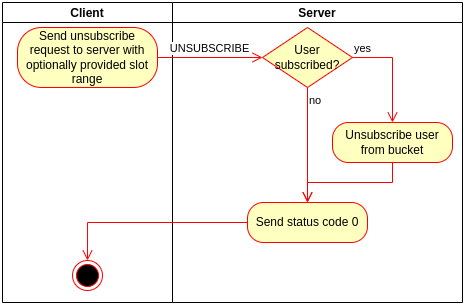
Earlier version of the draw.io export img/transport-unsubscribe.drawio.png (plabble/plabble.github.io). Source tidied: cells renumbered, new cells last; positions are measured from the earlier drawing's top-left corner, leaving out a move shared by most shapes. Its diagram source:
```xml
<mxGraphModel background="#ffffff">
  <root>
    <mxCell id="0" />
    <mxCell id="1" parent="0" />
    <mxCell id="2" value="Client" style="swimlane;startSize=20;" parent="1" vertex="1">
      <mxGeometry width="170" height="300" as="geometry" />
    </mxCell>
    <mxCell id="3" value="Send unsubscribe request to server with optionally provided slot range" style="rounded=1;whiteSpace=wrap;html=1;arcSize=40;fontColor=#000000;fillColor=#ffffc0;strokeColor=#ff0000;" parent="2" vertex="1">
      <mxGeometry x="15" y="25" width="140" height="60" as="geometry" />
    </mxCell>
    <mxCell id="4" style="ellipse;html=1;shape=endState;fillColor=#000000;strokeColor=#ff0000;" parent="2" vertex="1">
      <mxGeometry x="70" y="258" width="30" height="30" as="geometry" />
    </mxCell>
    <mxCell id="5" value="Server" style="swimlane;startSize=20;" parent="1" vertex="1">
      <mxGeometry x="170" width="290" height="300" as="geometry" />
    </mxCell>
    <mxCell id="6" value="User subscribed?" style="rhombus;whiteSpace=wrap;html=1;fillColor=#ffffc0;strokeColor=#ff0000;" parent="5" vertex="1">
      <mxGeometry x="90" y="25" width="90" height="60" as="geometry" />
    </mxCell>
    <mxCell id="7" value="yes" style="edgeStyle=orthogonalEdgeStyle;html=1;align=left;verticalAlign=bottom;endArrow=open;endSize=8;strokeColor=#ff0000;rounded=0;entryX=0.5;entryY=0;entryDx=0;entryDy=0;" parent="5" edge="1" source="6" target="9">
      <mxGeometry x="-1" relative="1" as="geometry">
        <Array as="points">
          <mxPoint x="220" y="55" />
        </Array>
      </mxGeometry>
    </mxCell>
    <mxCell id="8" value="no" style="edgeStyle=orthogonalEdgeStyle;html=1;align=left;verticalAlign=top;endArrow=open;endSize=8;strokeColor=#ff0000;rounded=0;entryX=0.5;entryY=0;entryDx=0;entryDy=0;" parent="5" edge="1" source="6" target="10">
      <mxGeometry x="-1" relative="1" as="geometry" />
    </mxCell>
    <mxCell id="9" value="Unsubscribe user from bucket" style="rounded=1;whiteSpace=wrap;html=1;arcSize=40;fontColor=#000000;fillColor=#ffffc0;strokeColor=#ff0000;" parent="5" vertex="1">
      <mxGeometry x="160" y="120" width="120" height="40" as="geometry" />
    </mxCell>
    <mxCell id="10" value="Send status code 0" style="rounded=1;whiteSpace=wrap;html=1;arcSize=40;fontColor=#000000;fillColor=#ffffc0;strokeColor=#ff0000;" parent="5" vertex="1">
      <mxGeometry x="75" y="200" width="120" height="40" as="geometry" />
    </mxCell>
    <mxCell id="11" style="edgeStyle=orthogonalEdgeStyle;html=1;verticalAlign=bottom;endArrow=open;endSize=8;strokeColor=#ff0000;rounded=0;exitX=0.5;exitY=1;exitDx=0;exitDy=0;entryX=0.5;entryY=0;entryDx=0;entryDy=0;" parent="5" edge="1" source="9" target="10">
      <mxGeometry relative="1" as="geometry" />
    </mxCell>
    <mxCell id="12" value="UNSUBSCRIBE" style="edgeStyle=orthogonalEdgeStyle;html=1;verticalAlign=bottom;endArrow=open;endSize=8;strokeColor=#ff0000;rounded=0;entryX=0;entryY=0.5;entryDx=0;entryDy=0;" parent="1" edge="1" source="3" target="6">
      <mxGeometry relative="1" as="geometry" />
    </mxCell>
    <mxCell id="13" style="edgeStyle=orthogonalEdgeStyle;html=1;verticalAlign=bottom;endArrow=open;endSize=8;strokeColor=#ff0000;rounded=0;entryX=0.5;entryY=0;entryDx=0;entryDy=0;" parent="1" edge="1" source="10" target="4">
      <mxGeometry relative="1" as="geometry" />
    </mxCell>
  </root>
</mxGraphModel>
```
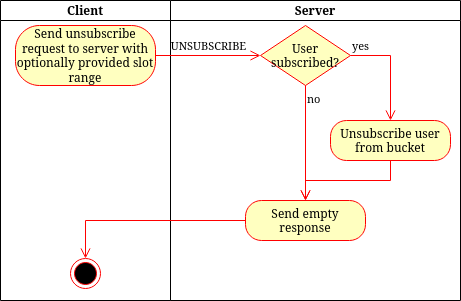
After the change.

What changed in the source:
```diff
@@ -30,7 +30,7 @@
     <mxCell id="9" value="Unsubscribe user from bucket" style="rounded=1;whiteSpace=wrap;html=1;arcSize=40;fontColor=#000000;fillColor=#ffffc0;strokeColor=#ff0000;" parent="5" vertex="1">
       <mxGeometry x="160" y="120" width="120" height="40" as="geometry" />
     </mxCell>
-    <mxCell id="10" value="Send status code 0" style="rounded=1;whiteSpace=wrap;html=1;arcSize=40;fontColor=#000000;fillColor=#ffffc0;strokeColor=#ff0000;" parent="5" vertex="1">
+    <mxCell id="10" value="Send empty response" style="rounded=1;whiteSpace=wrap;html=1;arcSize=40;fontColor=#000000;fillColor=#ffffc0;strokeColor=#ff0000;" parent="5" vertex="1">
       <mxGeometry x="75" y="200" width="120" height="40" as="geometry" />
     </mxCell>
     <mxCell id="11" style="edgeStyle=orthogonalEdgeStyle;html=1;verticalAlign=bottom;endArrow=open;endSize=8;strokeColor=#ff0000;rounded=0;exitX=0.5;exitY=1;exitDx=0;exitDy=0;entryX=0.5;entryY=0;entryDx=0;entryDy=0;" parent="5" edge="1" source="9" target="10">
```
